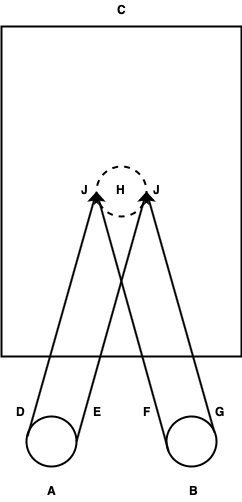
Before: graphics/transform.png, a diagram exported from draw.io (PhilGeek/timaeus). Source tidied: cells renumbered, new cells last; positions are measured from the earlier drawing's top-left corner, leaving out a move shared by most shapes. Source of this version:
```xml
<mxGraphModel>
  <root>
    <mxCell id="0" />
    <mxCell id="1" parent="0" />
    <mxCell id="2" style="rounded=0;whiteSpace=wrap;html=1;strokeWidth=2;" parent="1" vertex="1">
      <mxGeometry y="26" width="240" height="330" as="geometry" />
    </mxCell>
    <mxCell id="3" style="ellipse;whiteSpace=wrap;html=1;strokeWidth=2;" parent="1" vertex="1">
      <mxGeometry x="25" y="416" width="50" height="50" as="geometry" />
    </mxCell>
    <mxCell id="4" style="ellipse;whiteSpace=wrap;html=1;strokeWidth=2;dashed=1;" parent="1" vertex="1">
      <mxGeometry x="95" y="166" width="50" height="50" as="geometry" />
    </mxCell>
    <mxCell id="5" style="ellipse;whiteSpace=wrap;html=1;strokeWidth=2;" parent="1" vertex="1">
      <mxGeometry x="165" y="416" width="50" height="50" as="geometry" />
    </mxCell>
    <mxCell id="6" style="endArrow=classic;html=1;strokeWidth=2;entryX=1;entryY=0.5;entryDx=0;entryDy=0;" parent="1" edge="1" target="4">
      <mxGeometry relative="1" as="geometry">
        <mxPoint x="213" y="432" as="sourcePoint" />
      </mxGeometry>
    </mxCell>
    <mxCell id="7" style="endArrow=classic;html=1;strokeWidth=2;entryX=1;entryY=0.5;entryDx=0;entryDy=0;exitX=1;exitY=0.5;exitDx=0;exitDy=0;" parent="1" edge="1" source="3" target="4">
      <mxGeometry relative="1" as="geometry" />
    </mxCell>
    <mxCell id="8" style="endArrow=classic;html=1;strokeWidth=2;entryX=0;entryY=0.5;entryDx=0;entryDy=0;" parent="1" edge="1" target="4">
      <mxGeometry relative="1" as="geometry">
        <mxPoint x="26" y="436" as="sourcePoint" />
      </mxGeometry>
    </mxCell>
    <mxCell id="9" style="endArrow=classic;html=1;strokeWidth=2;entryX=0;entryY=0.5;entryDx=0;entryDy=0;exitX=0.04;exitY=0.687;exitDx=0;exitDy=0;exitPerimeter=0;" parent="1" edge="1" source="5" target="4">
      <mxGeometry relative="1" as="geometry" />
    </mxCell>
    <mxCell id="10" value="&lt;b&gt;A&lt;/b&gt;" style="text;html=1;align=left;verticalAlign=top;spacingTop=-4;" parent="1" vertex="1">
      <mxGeometry x="44" y="481" width="20" height="20" as="geometry" />
    </mxCell>
    <mxCell id="11" value="&lt;b&gt;B&lt;/b&gt;" style="text;html=1;align=left;verticalAlign=top;spacingTop=-4;" parent="1" vertex="1">
      <mxGeometry x="186" y="481" width="20" height="20" as="geometry" />
    </mxCell>
    <mxCell id="12" value="&lt;b&gt;C&lt;/b&gt;" style="text;html=1;align=left;verticalAlign=top;spacingTop=-4;" parent="1" vertex="1">
      <mxGeometry x="114" width="20" height="20" as="geometry" />
    </mxCell>
    <mxCell id="13" value="&lt;b&gt;D&lt;/b&gt;" style="text;html=1;align=left;verticalAlign=top;spacingTop=-4;" parent="1" vertex="1">
      <mxGeometry x="13" y="402" width="20" height="20" as="geometry" />
    </mxCell>
    <mxCell id="14" value="&lt;b&gt;E&lt;/b&gt;" style="text;html=1;align=left;verticalAlign=top;spacingTop=-4;" parent="1" vertex="1">
      <mxGeometry x="90" y="402" width="20" height="20" as="geometry" />
    </mxCell>
    <mxCell id="15" value="&lt;b&gt;F&lt;/b&gt;" style="text;html=1;align=left;verticalAlign=top;spacingTop=-4;" parent="1" vertex="1">
      <mxGeometry x="140" y="402" width="20" height="20" as="geometry" />
    </mxCell>
    <mxCell id="16" value="&lt;b&gt;G&lt;/b&gt;" style="text;html=1;align=left;verticalAlign=top;spacingTop=-4;" parent="1" vertex="1">
      <mxGeometry x="212" y="402" width="20" height="20" as="geometry" />
    </mxCell>
    <mxCell id="17" value="&lt;b&gt;H&lt;/b&gt;" style="text;html=1;align=left;verticalAlign=top;spacingTop=-4;" parent="1" vertex="1">
      <mxGeometry x="113" y="180" width="20" height="20" as="geometry" />
    </mxCell>
    <mxCell id="18" value="&lt;b&gt;J&lt;/b&gt;" style="text;html=1;align=left;verticalAlign=top;spacingTop=-4;" parent="1" vertex="1">
      <mxGeometry x="150" y="180" width="20" height="20" as="geometry" />
    </mxCell>
    <mxCell id="19" value="&lt;b&gt;J&lt;/b&gt;" style="text;html=1;align=left;verticalAlign=top;spacingTop=-4;" parent="1" vertex="1">
      <mxGeometry x="78" y="180" width="20" height="20" as="geometry" />
    </mxCell>
  </root>
</mxGraphModel>
```
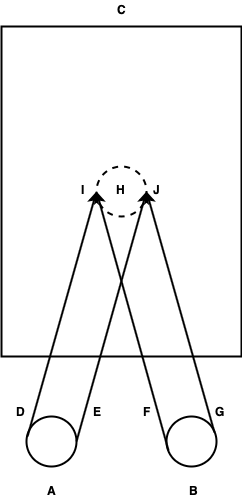
The same file after the commit.

Change to the diagram source:
```diff
@@ -57,7 +57,7 @@
     <mxCell id="18" value="&lt;b&gt;J&lt;/b&gt;" style="text;html=1;align=left;verticalAlign=top;spacingTop=-4;" parent="1" vertex="1">
       <mxGeometry x="150" y="180" width="20" height="20" as="geometry" />
     </mxCell>
-    <mxCell id="19" value="&lt;b&gt;J&lt;/b&gt;" style="text;html=1;align=left;verticalAlign=top;spacingTop=-4;" parent="1" vertex="1">
+    <mxCell id="19" value="&lt;b&gt;I&lt;/b&gt;" style="text;html=1;align=left;verticalAlign=top;spacingTop=-4;" parent="1" vertex="1">
       <mxGeometry x="78" y="180" width="20" height="20" as="geometry" />
     </mxCell>
   </root>
```
